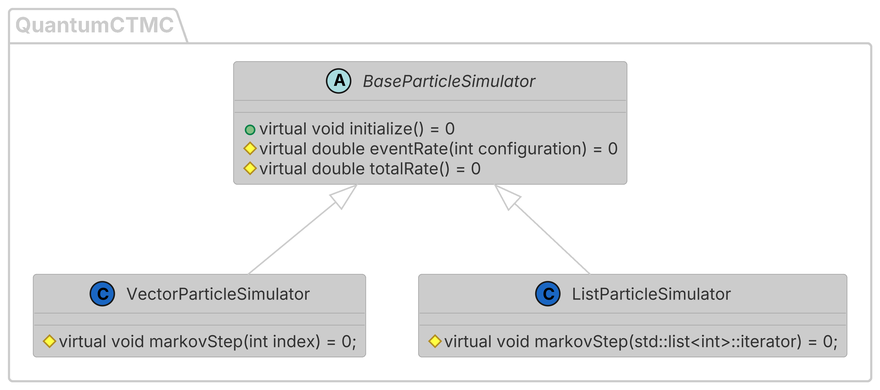
Above: diagram/diagram.png in Hugo-loio/marqu (PlantUML), before the change.
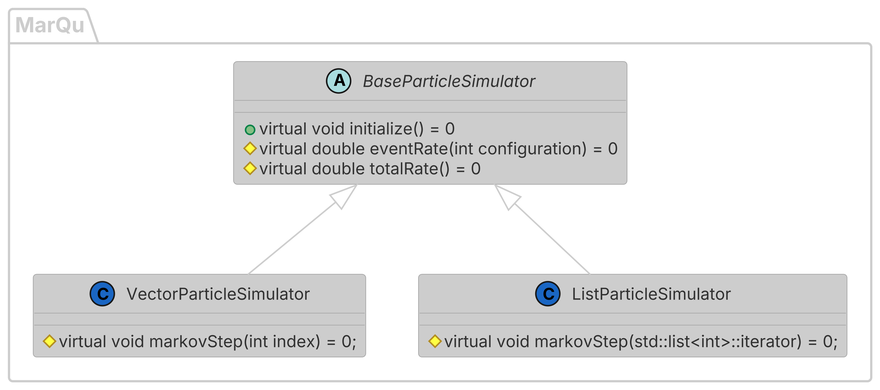
After the commit.

Change to the diagram source:
```diff
@@ -4,7 +4,7 @@
 
 skinparam dpi 600
 
-package "<color:ccc>QuantumCTMC</color>" {
+package "<color:ccc>MarQu</color>" {
 
 
   abstract class BaseParticleSimulator{
```
